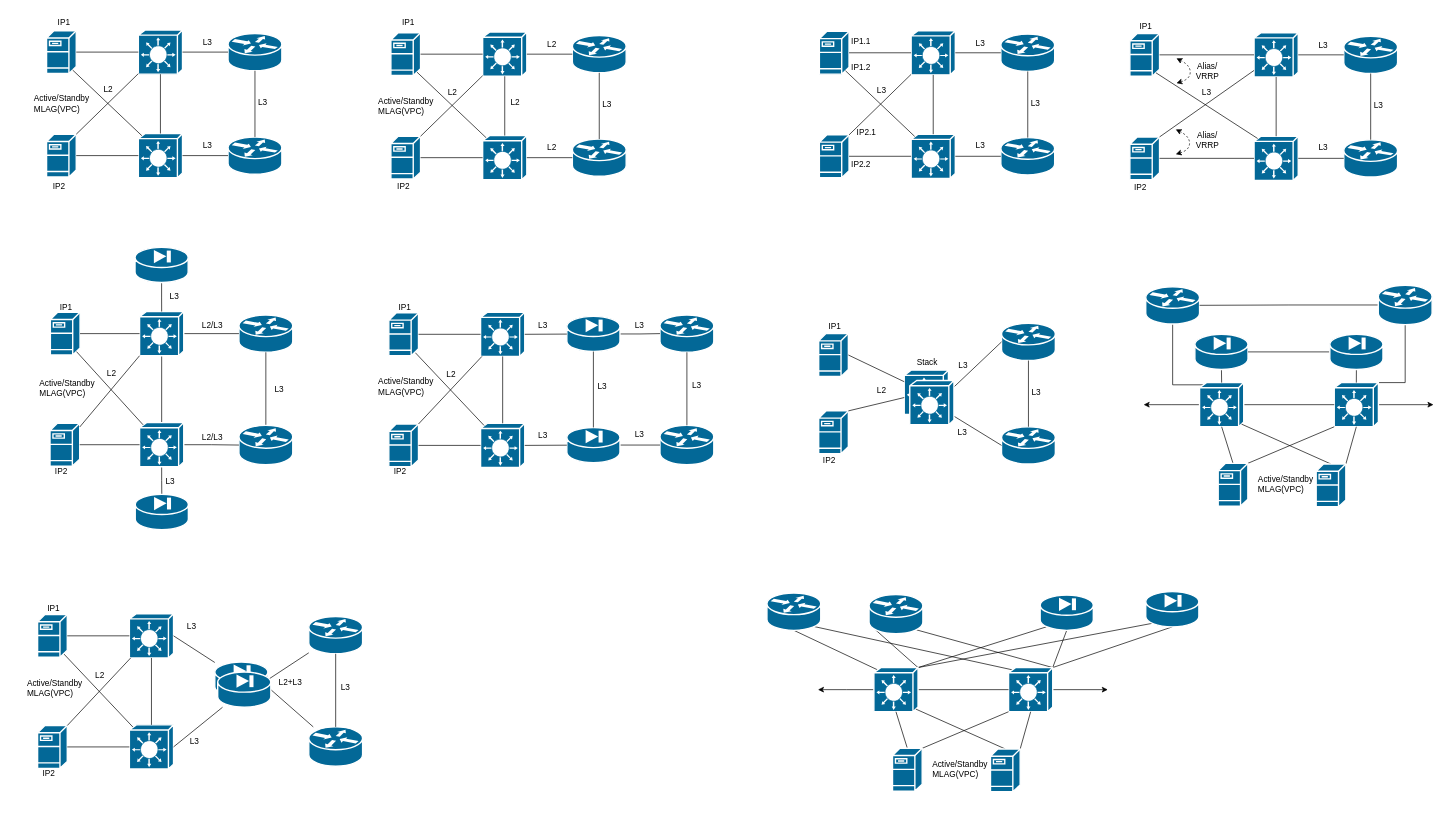
Before: page "L2" (1 of 2) of Diagram/small_nets.drawio in thleontev/Networks, a draw.io diagram. Source tidied: cells renumbered, new cells numbered last; positions are measured from the earlier drawing's top-left corner, leaving out a move shared by most shapes. Both pictures are drawn from the tidied source at 69%, with x=0, y=0 at pixel (26, 12).
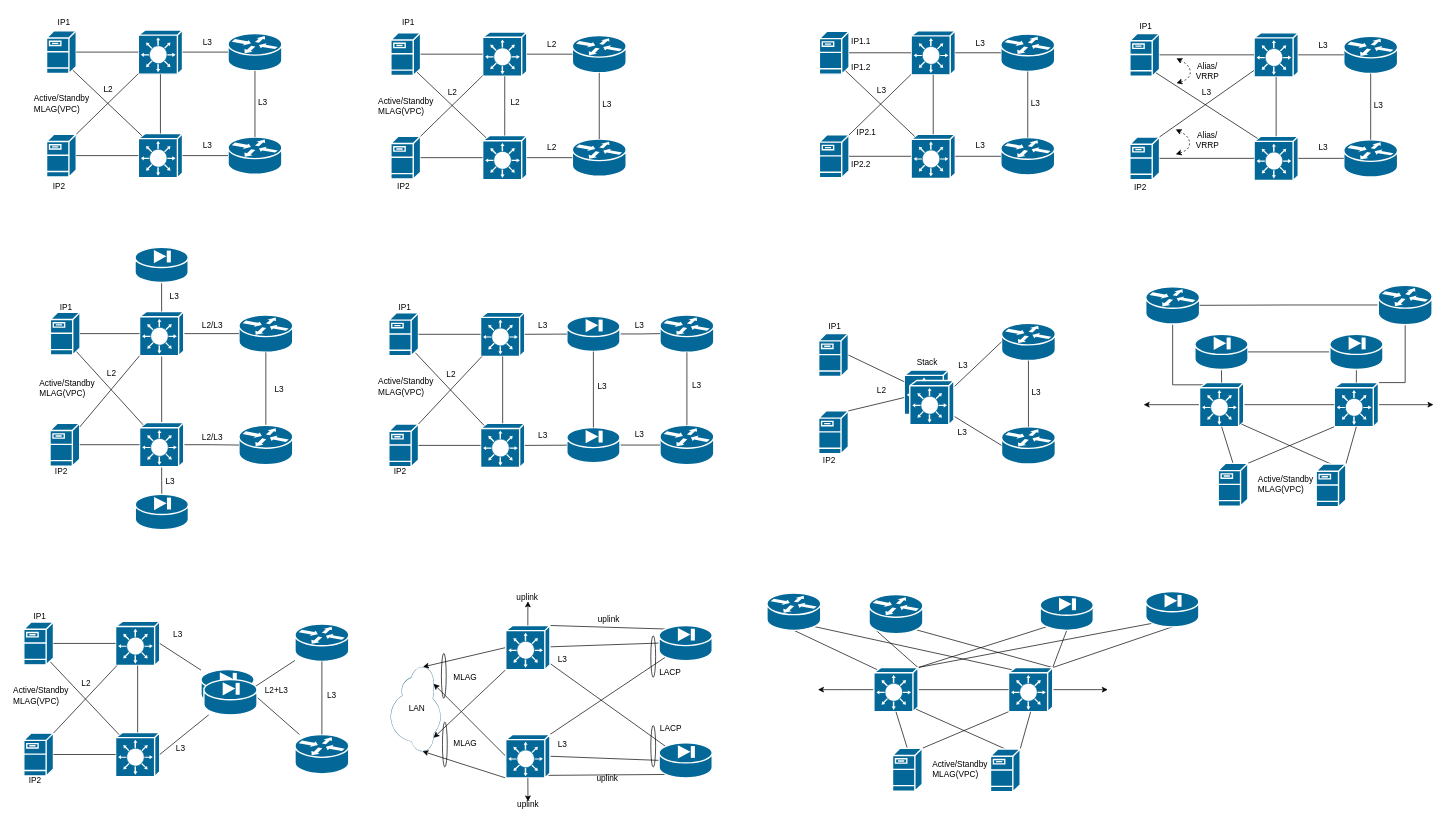
The same page after the edit.

What changed in the source:
```diff
@@
     <mxCell id="186" style="shape=mxgraph.cisco.routers.router;sketch=0;html=1;dashed=0;fillColor=#036897;strokeColor=#ffffff;strokeWidth=2;verticalLabelPosition=bottom;verticalAlign=top;align=center;outlineConnect=0;" parent="1" vertex="1">
-      <mxGeometry x="410" y="876" width="78" height="54" as="geometry" />
+      <mxGeometry x="390" y="887" width="78" height="54" as="geometry" />
     </mxCell>
     <mxCell id="187" style="shape=mxgraph.cisco.routers.router;sketch=0;html=1;dashed=0;fillColor=#036897;strokeColor=#ffffff;strokeWidth=2;verticalLabelPosition=bottom;verticalAlign=top;align=center;outlineConnect=0;" parent="1" vertex="1">
-      <mxGeometry x="410" y="1036" width="78" height="57" as="geometry" />
+      <mxGeometry x="390" y="1047" width="78" height="57" as="geometry" />
     </mxCell>
@@
     <mxCell id="189" style="shape=mxgraph.cisco.switches.layer_3_switch;sketch=0;html=1;dashed=0;fillColor=#036897;strokeColor=#ffffff;strokeWidth=2;verticalLabelPosition=bottom;verticalAlign=top;align=center;outlineConnect=0;" parent="1" vertex="1">
-      <mxGeometry x="150" y="872" width="64" height="64" as="geometry" />
+      <mxGeometry x="130" y="883" width="64" height="64" as="geometry" />
     </mxCell>
     <mxCell id="190" style="shape=mxgraph.cisco.switches.layer_3_switch;sketch=0;html=1;dashed=0;fillColor=#036897;strokeColor=#ffffff;strokeWidth=2;verticalLabelPosition=bottom;verticalAlign=top;align=center;outlineConnect=0;" parent="1" vertex="1">
-      <mxGeometry x="150" y="1033" width="64" height="64" as="geometry" />
+      <mxGeometry x="130" y="1044" width="64" height="64" as="geometry" />
     </mxCell>
@@
     <mxCell id="193" style="shape=mxgraph.cisco.servers.fileserver;sketch=0;html=1;dashed=0;fillColor=#036897;strokeColor=#ffffff;strokeWidth=2;verticalLabelPosition=bottom;verticalAlign=top;align=center;outlineConnect=0;" parent="1" vertex="1">
-      <mxGeometry x="17" y="873" width="43" height="62" as="geometry" />
+      <mxGeometry x="-3" y="884" width="43" height="62" as="geometry" />
     </mxCell>
     <mxCell id="194" style="shape=mxgraph.cisco.servers.fileserver;sketch=0;html=1;dashed=0;fillColor=#036897;strokeColor=#ffffff;strokeWidth=2;verticalLabelPosition=bottom;verticalAlign=top;align=center;outlineConnect=0;" parent="1" vertex="1">
-      <mxGeometry x="17" y="1034" width="43" height="62" as="geometry" />
+      <mxGeometry x="-3" y="1045" width="43" height="62" as="geometry" />
     </mxCell>
@@
     <mxCell id="200" style="shape=mxgraph.cisco.security.pix_firewall;sketch=0;html=1;dashed=0;fillColor=#036897;strokeColor=#ffffff;strokeWidth=2;verticalLabelPosition=bottom;verticalAlign=top;align=center;outlineConnect=0;" parent="1" vertex="1">
-      <mxGeometry x="273.8" y="942" width="77" height="51" as="geometry" />
+      <mxGeometry x="253.8" y="953" width="77" height="51" as="geometry" />
     </mxCell>
@@
     <mxCell id="203" value="L3" style="text;html=1;align=center;verticalAlign=middle;strokeColor=none;fillColor=none;" parent="1" vertex="1">
-      <mxGeometry x="443" y="964" width="40" height="30" as="geometry" />
+      <mxGeometry x="423" y="975" width="40" height="30" as="geometry" />
     </mxCell>
     <mxCell id="204" value="L2+L3" style="text;html=1;align=center;verticalAlign=middle;strokeColor=none;fillColor=none;" parent="1" vertex="1">
-      <mxGeometry x="353" y="956.5" width="60" height="30" as="geometry" />
+      <mxGeometry x="333" y="967.5" width="60" height="30" as="geometry" />
     </mxCell>
     <mxCell id="205" value="L3" style="text;html=1;align=center;verticalAlign=middle;strokeColor=none;fillColor=none;" parent="1" vertex="1">
-      <mxGeometry x="220" y="876" width="40" height="30" as="geometry" />
+      <mxGeometry x="200" y="887" width="40" height="30" as="geometry" />
     </mxCell>
     <mxCell id="206" value="L3" style="text;html=1;align=center;verticalAlign=middle;strokeColor=none;fillColor=none;" parent="1" vertex="1">
-      <mxGeometry x="224" y="1042" width="40" height="30" as="geometry" />
+      <mxGeometry x="204" y="1053" width="40" height="30" as="geometry" />
     </mxCell>
     <mxCell id="207" value="L2" style="text;html=1;align=center;verticalAlign=middle;strokeColor=none;fillColor=none;" parent="1" vertex="1">
-      <mxGeometry x="87" y="947" width="40" height="30" as="geometry" />
+      <mxGeometry x="67" y="958" width="40" height="30" as="geometry" />
     </mxCell>
     <mxCell id="208" value="&lt;div&gt;Active/Standby&lt;/div&gt;&lt;div&gt;MLAG(VPC)&lt;br&gt;&lt;/div&gt;" style="text;html=1;strokeColor=none;fillColor=none;align=left;verticalAlign=middle;whiteSpace=wrap;rounded=0;" parent="1" vertex="1">
-      <mxGeometry y="965" width="60" height="30" as="geometry" />
+      <mxGeometry x="-20" y="976" width="60" height="30" as="geometry" />
     </mxCell>
     <mxCell id="209" value="IP1" style="text;html=1;align=center;verticalAlign=middle;strokeColor=none;fillColor=none;" parent="1" vertex="1">
-      <mxGeometry x="20" y="850" width="40" height="30" as="geometry" />
+      <mxGeometry y="861" width="40" height="30" as="geometry" />
     </mxCell>
     <mxCell id="210" value="IP2" style="text;html=1;align=center;verticalAlign=middle;strokeColor=none;fillColor=none;" parent="1" vertex="1">
-      <mxGeometry x="13" y="1088" width="40" height="30" as="geometry" />
+      <mxGeometry x="-7" y="1099" width="40" height="30" as="geometry" />
     </mxCell>
     <mxCell id="211" style="shape=mxgraph.cisco.security.pix_firewall;sketch=0;html=1;dashed=0;fillColor=#036897;strokeColor=#ffffff;strokeWidth=2;verticalLabelPosition=bottom;verticalAlign=top;align=center;outlineConnect=0;" parent="1" vertex="1">
-      <mxGeometry x="278" y="956.5" width="77" height="51" as="geometry" />
+      <mxGeometry x="258" y="967.5" width="77" height="51" as="geometry" />
     </mxCell>
@@
+    <mxCell id="237" style="rounded=0;jettySize=auto;html=1;exitX=0;exitY=0.5;exitDx=0;exitDy=0;exitPerimeter=0;endArrow=none;endFill=0;" parent="1" edge="1" source="240" target="247">
+      <mxGeometry relative="1" as="geometry" />
+    </mxCell>
+    <mxCell id="238" style="rounded=0;jettySize=auto;html=1;exitX=0.12;exitY=0.9;exitDx=0;exitDy=0;exitPerimeter=0;entryX=1;entryY=0;entryDx=0;entryDy=0;entryPerimeter=0;endArrow=none;endFill=0;" parent="1" edge="1" source="240" target="250">
+      <mxGeometry relative="1" as="geometry" />
+    </mxCell>
+    <mxCell id="239" style="rounded=0;jettySize=auto;html=1;exitX=0.12;exitY=0.1;exitDx=0;exitDy=0;exitPerimeter=0;entryX=1;entryY=0;entryDx=0;entryDy=0;entryPerimeter=0;endArrow=none;endFill=0;" parent="1" edge="1" source="240" target="247">
+      <mxGeometry relative="1" as="geometry" />
+    </mxCell>
+    <mxCell id="240" style="shape=mxgraph.cisco.security.pix_firewall;sketch=0;html=1;dashed=0;fillColor=#036897;strokeColor=#ffffff;strokeWidth=2;verticalLabelPosition=bottom;verticalAlign=top;align=center;outlineConnect=0;" parent="1" vertex="1">
+      <mxGeometry x="917.7" y="889" width="77" height="51" as="geometry" />
+    </mxCell>
+    <mxCell id="241" style="rounded=0;jettySize=auto;html=1;exitX=0.12;exitY=0.1;exitDx=0;exitDy=0;exitPerimeter=0;endArrow=none;endFill=0;" parent="1" edge="1" source="244" target="247">
+      <mxGeometry relative="1" as="geometry" />
+    </mxCell>
+    <mxCell id="242" style="rounded=0;jettySize=auto;html=1;exitX=0;exitY=0.5;exitDx=0;exitDy=0;exitPerimeter=0;entryX=1;entryY=0.5;entryDx=0;entryDy=0;entryPerimeter=0;endArrow=none;endFill=0;" parent="1" edge="1" source="244" target="250">
+      <mxGeometry relative="1" as="geometry" />
+    </mxCell>
+    <mxCell id="243" style="rounded=0;jettySize=auto;html=1;exitX=0.12;exitY=0.9;exitDx=0;exitDy=0;exitPerimeter=0;entryX=0.95;entryY=0.94;entryDx=0;entryDy=0;entryPerimeter=0;endArrow=none;endFill=0;" parent="1" edge="1" source="244" target="250">
+      <mxGeometry relative="1" as="geometry" />
+    </mxCell>
+    <mxCell id="244" style="shape=mxgraph.cisco.security.pix_firewall;sketch=0;html=1;dashed=0;fillColor=#036897;strokeColor=#ffffff;strokeWidth=2;verticalLabelPosition=bottom;verticalAlign=top;align=center;outlineConnect=0;" parent="1" vertex="1">
+      <mxGeometry x="917.7" y="1059" width="77" height="51" as="geometry" />
+    </mxCell>
+    <mxCell id="245" style="edgeStyle=none;rounded=0;jettySize=auto;html=1;exitX=0;exitY=0.5;exitDx=0;exitDy=0;exitPerimeter=0;entryX=1;entryY=0.65;entryDx=0;entryDy=0;entryPerimeter=0;" parent="1" edge="1" source="247" target="259">
+      <mxGeometry relative="1" as="geometry" />
+    </mxCell>
+    <mxCell id="246" style="edgeStyle=none;rounded=0;jettySize=auto;html=1;exitX=0;exitY=1;exitDx=0;exitDy=0;exitPerimeter=0;entryX=0.16;entryY=0.86;entryDx=0;entryDy=0;entryPerimeter=0;" parent="1" edge="1" source="247" target="259">
+      <mxGeometry relative="1" as="geometry" />
+    </mxCell>
+    <mxCell id="247" style="shape=mxgraph.cisco.switches.layer_3_switch;sketch=0;html=1;dashed=0;fillColor=#036897;strokeColor=#ffffff;strokeWidth=2;verticalLabelPosition=bottom;verticalAlign=top;align=center;outlineConnect=0;" parent="1" vertex="1">
+      <mxGeometry x="695.5" y="889" width="64" height="64" as="geometry" />
+    </mxCell>
+    <mxCell id="248" style="edgeStyle=none;rounded=0;jettySize=auto;html=1;exitX=0;exitY=0.5;exitDx=0;exitDy=0;exitPerimeter=0;entryX=0.8;entryY=0.86;entryDx=0;entryDy=0;entryPerimeter=0;" parent="1" edge="1" source="250" target="259">
+      <mxGeometry relative="1" as="geometry" />
+    </mxCell>
+    <mxCell id="249" style="edgeStyle=none;rounded=0;jettySize=auto;html=1;exitX=0;exitY=1;exitDx=0;exitDy=0;exitPerimeter=0;entryX=0;entryY=0.64;entryDx=0;entryDy=0;entryPerimeter=0;" parent="1" edge="1" source="250" target="259">
+      <mxGeometry relative="1" as="geometry" />
+    </mxCell>
+    <mxCell id="250" style="shape=mxgraph.cisco.switches.layer_3_switch;sketch=0;html=1;dashed=0;fillColor=#036897;strokeColor=#ffffff;strokeWidth=2;verticalLabelPosition=bottom;verticalAlign=top;align=center;outlineConnect=0;" parent="1" vertex="1">
+      <mxGeometry x="695.5" y="1047" width="64" height="63" as="geometry" />
+    </mxCell>
+    <mxCell id="251" style="ellipse;whiteSpace=wrap;html=1;fillColor=none;" parent="1" vertex="1">
+      <mxGeometry x="905.7" y="1034" width="7" height="60" as="geometry" />
+    </mxCell>
+    <mxCell id="252" style="ellipse;whiteSpace=wrap;html=1;fillColor=none;" parent="1" vertex="1">
+      <mxGeometry x="905.7" y="904" width="7" height="60" as="geometry" />
+    </mxCell>
+    <mxCell id="253" value="uplink" style="text;html=1;strokeColor=none;fillColor=none;align=center;verticalAlign=middle;whiteSpace=wrap;rounded=0;" parent="1" vertex="1">
+      <mxGeometry x="814.5" y="866" width="60" height="30" as="geometry" />
+    </mxCell>
+    <mxCell id="254" value="uplink" style="text;html=1;strokeColor=none;fillColor=none;align=center;verticalAlign=middle;whiteSpace=wrap;rounded=0;" parent="1" vertex="1">
+      <mxGeometry x="812.5" y="1096" width="60" height="30" as="geometry" />
+    </mxCell>
+    <mxCell id="255" value="LACP" style="text;html=1;strokeColor=none;fillColor=none;align=center;verticalAlign=middle;whiteSpace=wrap;rounded=0;" parent="1" vertex="1">
+      <mxGeometry x="903.7" y="942" width="60" height="30" as="geometry" />
+    </mxCell>
+    <mxCell id="256" value="LACP" style="text;html=1;strokeColor=none;fillColor=none;align=center;verticalAlign=middle;whiteSpace=wrap;rounded=0;" parent="1" vertex="1">
+      <mxGeometry x="904.7" y="1024" width="60" height="30" as="geometry" />
+    </mxCell>
+    <mxCell id="257" value="L3" style="text;html=1;strokeColor=none;fillColor=none;align=center;verticalAlign=middle;whiteSpace=wrap;rounded=0;" parent="1" vertex="1">
+      <mxGeometry x="759.5" y="923" width="36.2" height="30" as="geometry" />
+    </mxCell>
+    <mxCell id="258" value="L3" style="text;html=1;strokeColor=none;fillColor=none;align=center;verticalAlign=middle;whiteSpace=wrap;rounded=0;" parent="1" vertex="1">
+      <mxGeometry x="759.5" y="1047" width="36.2" height="30" as="geometry" />
+    </mxCell>
+    <mxCell id="259" style="points=[[0,0.64,0],[0.2,0.15,0],[0.4,0.01,0],[0.79,0.25,0],[1,0.65,0],[0.8,0.86,0],[0.41,1,0],[0.16,0.86,0]];verticalLabelPosition=bottom;sketch=0;html=1;verticalAlign=top;align=center;shape=mxgraph.cisco19.cloud;fillColor=#186180;strokeColor=none;rotation=-90;" parent="1" vertex="1">
+      <mxGeometry x="503.3" y="973.5" width="122.3" height="73.4" as="geometry" />
+    </mxCell>
+    <mxCell id="260" style="edgeStyle=orthogonalEdgeStyle;rounded=0;jettySize=auto;html=1;" parent="1" edge="1" source="247">
+      <mxGeometry relative="1" as="geometry">
+        <mxPoint x="727.7" y="854" as="targetPoint" />
+      </mxGeometry>
+    </mxCell>
+    <mxCell id="261" style="edgeStyle=orthogonalEdgeStyle;rounded=0;jettySize=auto;html=1;exitX=0.5;exitY=1;exitDx=0;exitDy=0;exitPerimeter=0;" parent="1" edge="1" source="250">
+      <mxGeometry relative="1" as="geometry">
+        <mxPoint x="727.7" y="1144" as="targetPoint" />
+      </mxGeometry>
+    </mxCell>
+    <mxCell id="262" value="uplink" style="text;html=1;strokeColor=none;fillColor=none;align=center;verticalAlign=middle;whiteSpace=wrap;rounded=0;" parent="1" vertex="1">
+      <mxGeometry x="696.5" y="842" width="60" height="12" as="geometry" />
+    </mxCell>
+    <mxCell id="263" value="uplink" style="text;html=1;strokeColor=none;fillColor=none;align=center;verticalAlign=middle;whiteSpace=wrap;rounded=0;" parent="1" vertex="1">
+      <mxGeometry x="697.5" y="1134" width="60" height="30" as="geometry" />
+    </mxCell>
+    <mxCell id="264" style="ellipse;whiteSpace=wrap;html=1;fillColor=none;" parent="1" vertex="1">
+      <mxGeometry x="603.7" y="1029" width="7" height="65" as="geometry" />
+    </mxCell>
+    <mxCell id="265" style="ellipse;whiteSpace=wrap;html=1;fillColor=none;" parent="1" vertex="1">
+      <mxGeometry x="602.2" y="929.5" width="7" height="65" as="geometry" />
+    </mxCell>
+    <mxCell id="266" value="LAN" style="text;html=1;strokeColor=none;fillColor=none;align=center;verticalAlign=middle;whiteSpace=wrap;rounded=0;" parent="1" vertex="1">
+      <mxGeometry x="536.7" y="995.2" width="60" height="30" as="geometry" />
+    </mxCell>
+    <mxCell id="267" value="MLAG" style="text;html=1;strokeColor=none;fillColor=none;align=center;verticalAlign=middle;whiteSpace=wrap;rounded=0;" parent="1" vertex="1">
+      <mxGeometry x="618.7" y="949" width="36.2" height="30" as="geometry" />
+    </mxCell>
+    <mxCell id="268" value="MLAG" style="text;html=1;strokeColor=none;fillColor=none;align=center;verticalAlign=middle;whiteSpace=wrap;rounded=0;" parent="1" vertex="1">
+      <mxGeometry x="618.7" y="1045" width="36.2" height="30" as="geometry" />
+    </mxCell>
```
